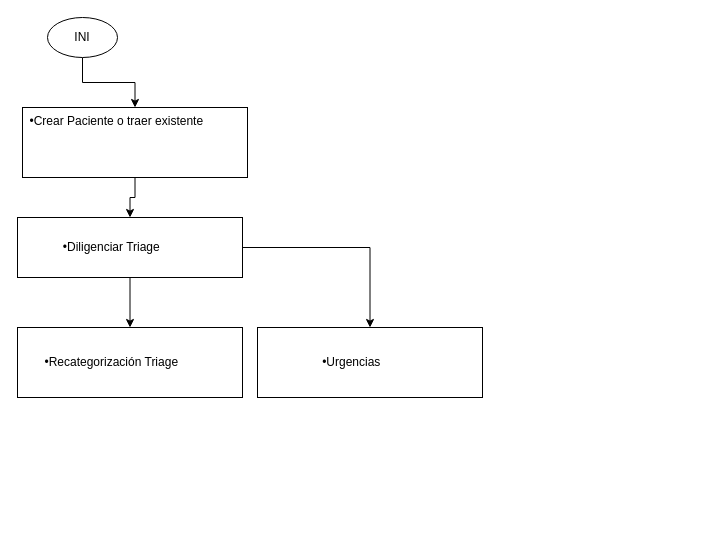
The draw.io diagram Untitled Diagram.drawio in PipeJaram1/KlinicProject, before the edit. Source tidied: cells renumbered, new cells numbered last; positions are measured from the earlier drawing's top-left corner, leaving out a move shared by most shapes. Both pictures are drawn from the tidied source at 100%, with x=0, y=0 at pixel (17, 17).
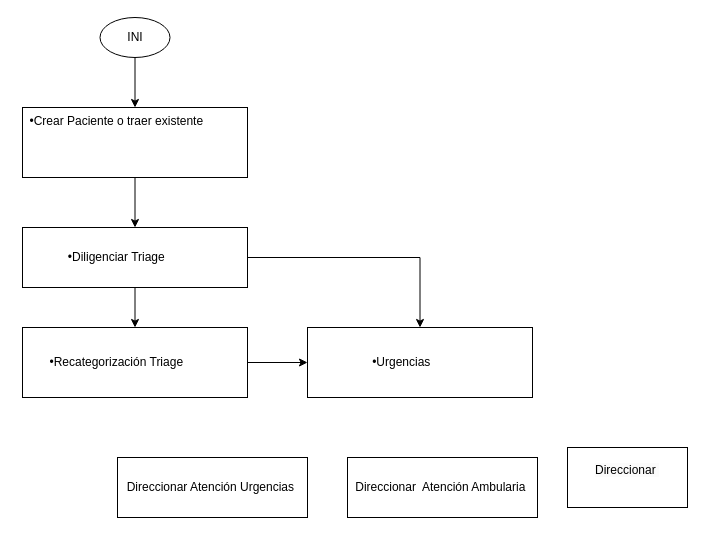
The same page after the edit.

Diff of the diagram source:
```diff
@@
 <mxGraphModel>
   <root>
     <mxCell id="0" />
     <mxCell id="1" parent="0" />
     <mxCell id="2" style="edgeStyle=orthogonalEdgeStyle;rounded=0;jettySize=auto;html=1;" parent="1" edge="1" source="3" target="5">
       <mxGeometry relative="1" as="geometry" />
     </mxCell>
     <mxCell id="3" value="INI" style="ellipse;whiteSpace=wrap;html=1;" parent="1" vertex="1">
-      <mxGeometry x="30" width="70" height="40" as="geometry" />
+      <mxGeometry x="82.5" width="70" height="40" as="geometry" />
     </mxCell>
     <mxCell id="4" style="edgeStyle=orthogonalEdgeStyle;rounded=0;jettySize=auto;html=1;" parent="1" edge="1" source="5" target="8">
       <mxGeometry relative="1" as="geometry" />
     </mxCell>
     <mxCell id="5" value="&#10;&#10;&#10;&lt;div style=&quot;language:es-CO;margin-top:0pt;margin-bottom:0pt;&#10;margin-left:.38in;text-indent:-.38in&quot; class=&quot;O0&quot;&gt;&lt;span style=&quot;mso-special-format:bullet&quot;&gt;•&lt;/span&gt;&lt;span style=&quot;language:es-CO&quot;&gt;Crear Paciente o traer existente&lt;/span&gt;&lt;/div&gt;&#10;&#10;&#10;&#10;&#10;&#10;" style="rounded=0;whiteSpace=wrap;html=1;verticalAlign=middle;" parent="1" vertex="1">
       <mxGeometry x="5" y="90" width="225" height="70" as="geometry" />
     </mxCell>
     <mxCell id="6" style="edgeStyle=orthogonalEdgeStyle;rounded=0;jettySize=auto;html=1;" parent="1" edge="1" source="8" target="9">
       <mxGeometry relative="1" as="geometry" />
     </mxCell>
     <mxCell id="7" style="edgeStyle=orthogonalEdgeStyle;rounded=0;jettySize=auto;html=1;" parent="1" edge="1" source="8" target="10">
       <mxGeometry relative="1" as="geometry" />
     </mxCell>
     <mxCell id="8" value="&lt;div style=&quot;language:es-CO;margin-top:0pt;margin-bottom:0pt;&lt;br/&gt;margin-left:.38in;text-indent:-.38in&quot; class=&quot;O0&quot;&gt;•Diligenciar Triage &lt;/div&gt;" style="rounded=0;whiteSpace=wrap;html=1;verticalAlign=middle;" parent="1" vertex="1">
-      <mxGeometry y="200" width="225" height="60" as="geometry" />
+      <mxGeometry x="5" y="210" width="225" height="60" as="geometry" />
     </mxCell>
+    <mxCell id="11" style="edgeStyle=orthogonalEdgeStyle;rounded=0;jettySize=auto;html=1;" parent="1" edge="1" source="9" target="10">
+      <mxGeometry relative="1" as="geometry" />
+    </mxCell>
     <mxCell id="9" value="&lt;div style=&quot;language:es-CO;margin-top:0pt;margin-bottom:0pt;&lt;br/&gt;margin-left:.38in;text-indent:-.38in&quot; class=&quot;O0&quot;&gt;•Recategorización Triage &lt;/div&gt;" style="rounded=0;whiteSpace=wrap;html=1;verticalAlign=middle;" parent="1" vertex="1">
-      <mxGeometry y="310" width="225" height="70" as="geometry" />
+      <mxGeometry x="5" y="310" width="225" height="70" as="geometry" />
     </mxCell>
     <mxCell id="10" value="&lt;div style=&quot;language:es-CO;margin-top:0pt;margin-bottom:0pt;&lt;br/&gt;margin-left:.38in;text-indent:-.38in&quot; class=&quot;O0&quot;&gt;•Urgencias&lt;/div&gt;" style="rounded=0;whiteSpace=wrap;html=1;verticalAlign=middle;" parent="1" vertex="1">
-      <mxGeometry x="240" y="310" width="225" height="70" as="geometry" />
+      <mxGeometry x="290" y="310" width="225" height="70" as="geometry" />
     </mxCell>
+    <mxCell id="12" value="Direccionar&amp;nbsp; Atención Ambularia&amp;nbsp;" style="rounded=0;whiteSpace=wrap;html=1;" parent="1" vertex="1">
+      <mxGeometry x="330" y="440" width="190" height="60" as="geometry" />
+    </mxCell>
+    <mxCell id="13" value="&#10;&lt;span style=&quot;color: rgb(0, 0, 0); font-family: Helvetica; font-size: 12px; font-style: normal; font-variant-ligatures: normal; font-variant-caps: normal; font-weight: 400; letter-spacing: normal; orphans: 2; text-align: center; text-indent: 0px; text-transform: none; widows: 2; word-spacing: 0px; -webkit-text-stroke-width: 0px; background-color: rgb(251, 251, 251); text-decoration-thickness: initial; text-decoration-style: initial; text-decoration-color: initial; float: none; display: inline !important;&quot;&gt;Direccionar&lt;span&gt;&amp;nbsp;&lt;/span&gt;&lt;/span&gt;&#10;&#10;" style="rounded=0;whiteSpace=wrap;html=1;" parent="1" vertex="1">
+      <mxGeometry x="550" y="430" width="120" height="60" as="geometry" />
+    </mxCell>
+    <mxCell id="14" value="Direccionar Atención Urgencias&amp;nbsp;" style="rounded=0;whiteSpace=wrap;html=1;" parent="1" vertex="1">
+      <mxGeometry x="100" y="440" width="190" height="60" as="geometry" />
+    </mxCell>
   </root>
 </mxGraphModel>
```
